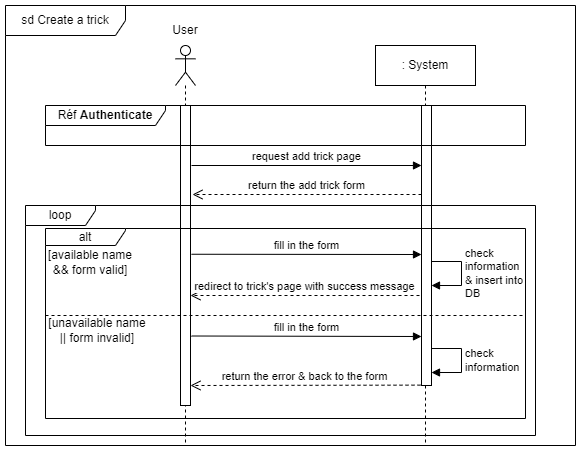
The draw.io diagram diagrammes/Seq - Create a trick.drawio.png in David-Renard/OC-p6, before a commit. Source tidied: cells renumbered, new cells last; positions are measured from the earlier drawing's top-left corner, leaving out a move shared by most shapes.
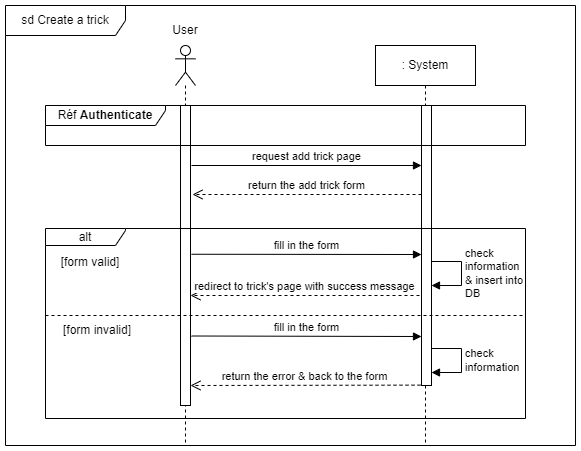
Above is the later version.

What changed in the source:
```diff
@@ -34,7 +34,7 @@
     <mxCell id="10" value="alt" style="shape=umlFrame;whiteSpace=wrap;html=1;width=80;height=17;" parent="1" vertex="1">
       <mxGeometry x="40" y="223" width="480" height="190" as="geometry" />
     </mxCell>
-    <mxCell id="11" value="[available name &amp;amp;&amp;amp; form valid]" style="text;html=1;strokeColor=none;fillColor=none;align=center;verticalAlign=middle;whiteSpace=wrap;rounded=0;" parent="1" vertex="1">
+    <mxCell id="11" value="[form valid]" style="text;html=1;strokeColor=none;fillColor=none;align=center;verticalAlign=middle;whiteSpace=wrap;rounded=0;" parent="1" vertex="1">
       <mxGeometry x="40" y="247" width="90" height="20" as="geometry" />
     </mxCell>
     <mxCell id="12" value="check&lt;br&gt;information&lt;br&gt;&amp;amp; insert into&lt;br&gt;DB" style="html=1;align=left;spacingLeft=2;endArrow=block;rounded=0;edgeStyle=orthogonalEdgeStyle;curved=0;rounded=0;" parent="1" edge="1">
@@ -85,12 +85,9 @@
         <mxPoint x="519.5" y="310" as="targetPoint" />
       </mxGeometry>
     </mxCell>
-    <mxCell id="19" value="[unavailable name || form invalid]" style="text;html=1;strokeColor=none;fillColor=none;align=center;verticalAlign=middle;whiteSpace=wrap;rounded=0;" parent="1" vertex="1">
+    <mxCell id="19" value="[form invalid]" style="text;html=1;strokeColor=none;fillColor=none;align=center;verticalAlign=middle;whiteSpace=wrap;rounded=0;" parent="1" vertex="1">
       <mxGeometry x="42" y="315" width="100" height="20" as="geometry" />
     </mxCell>
-    <mxCell id="20" value="loop" style="shape=umlFrame;whiteSpace=wrap;html=1;width=70;height=20;" parent="1" vertex="1">
-      <mxGeometry x="20" y="200" width="510" height="230" as="geometry" />
-    </mxCell>
     <mxCell id="21" value="fill in the form" style="html=1;verticalAlign=bottom;endArrow=block;edgeStyle=elbowEdgeStyle;elbow=vertical;curved=0;rounded=0;" parent="1" edge="1">
       <mxGeometry relative="1" as="geometry">
         <mxPoint x="186" y="330.5" as="sourcePoint" />
```
